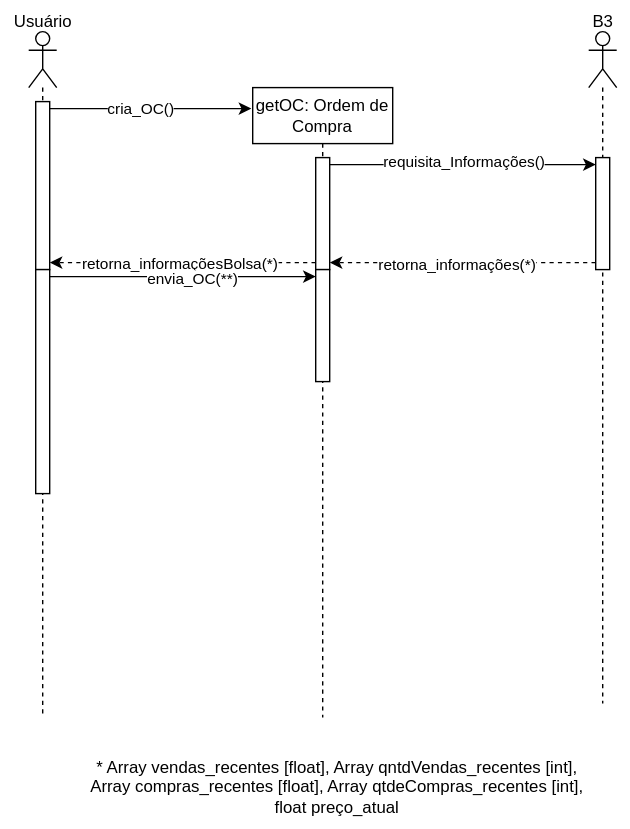
Before: Diagrama 4.drawio.svg, a diagram exported from draw.io (JesCat16/Projeto01_Modelagem_De_Software). Source tidied: cells renumbered, new cells last; positions are measured from the earlier drawing's top-left corner, leaving out a move shared by most shapes.
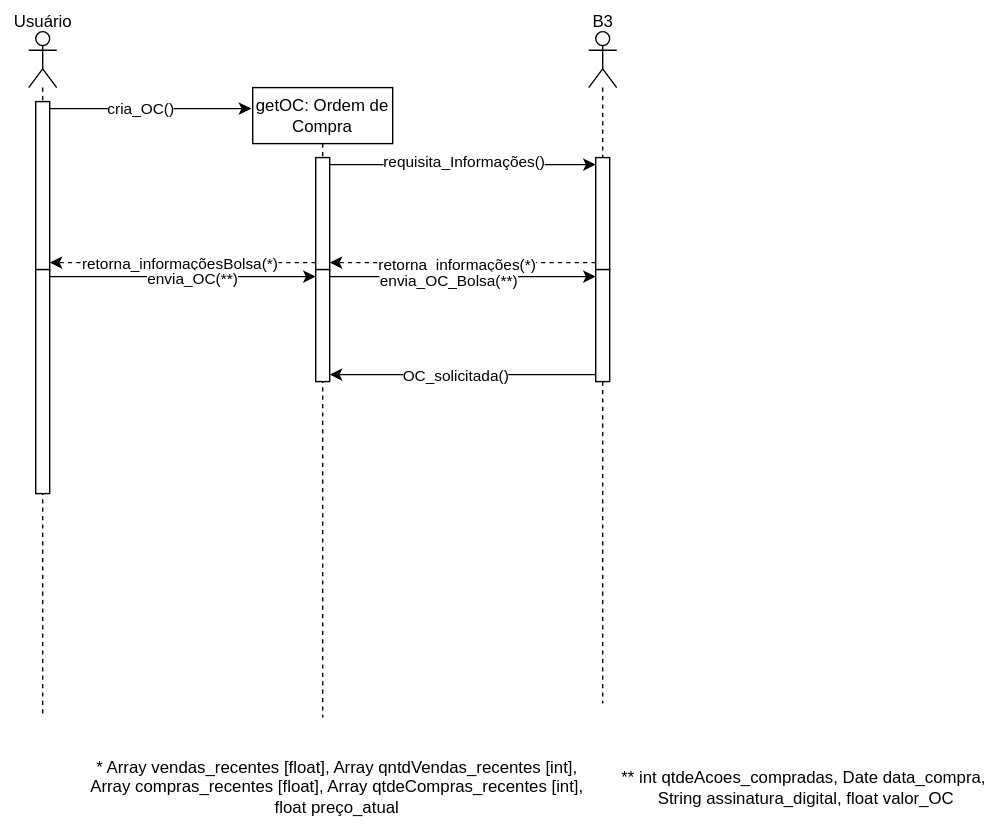
Later version of the same file.

What changed in the source:
```diff
@@ -29,6 +29,9 @@
     <mxCell id="10" style="html=1;points=[[0,0,0,0,5],[0,1,0,0,-5],[1,0,0,0,5],[1,1,0,0,-5]];perimeter=orthogonalPerimeter;outlineConnect=0;targetShapes=umlLifeline;portConstraint=eastwest;newEdgeStyle={&quot;curved&quot;:0,&quot;rounded&quot;:0};" parent="9" vertex="1">
       <mxGeometry x="5" y="90" width="10" height="80" as="geometry" />
     </mxCell>
+    <mxCell id="23" style="html=1;points=[[0,0,0,0,5],[0,1,0,0,-5],[1,0,0,0,5],[1,1,0,0,-5]];perimeter=orthogonalPerimeter;outlineConnect=0;targetShapes=umlLifeline;portConstraint=eastwest;newEdgeStyle={&quot;curved&quot;:0,&quot;rounded&quot;:0};" parent="9" vertex="1">
+      <mxGeometry x="5" y="170" width="10" height="80" as="geometry" />
+    </mxCell>
     <mxCell id="11" value="B3" style="text;html=1;align=center;verticalAlign=middle;strokeColor=none;fillColor=none;" parent="1" vertex="1">
       <mxGeometry x="410" width="40" height="30" as="geometry" />
     </mxCell>
@@ -67,5 +70,20 @@
     <mxCell id="22" value="envia_OC(**)" style="edgeLabel;html=1;align=center;verticalAlign=middle;" parent="21" vertex="1">
       <mxGeometry x="0.07" y="-2" relative="1" as="geometry" />
     </mxCell>
+    <mxCell id="24" value="** int qtdeAcoes_compradas, Date data_compra,&amp;nbsp;&lt;div&gt;String assinatura_digital, float valor_OC&lt;/div&gt;" style="text;html=1;align=center;verticalAlign=middle;strokeColor=none;fillColor=none;" parent="1" vertex="1">
+      <mxGeometry x="430" y="542" width="290" height="40" as="geometry" />
+    </mxCell>
+    <mxCell id="25" style="edgeStyle=orthogonalEdgeStyle;rounded=0;jettySize=auto;html=1;curved=0;exitX=1;exitY=0;exitDx=0;exitDy=5;exitPerimeter=0;entryX=0;entryY=0;entryDx=0;entryDy=5;entryPerimeter=0;" parent="1" edge="1" source="8" target="23">
+      <mxGeometry relative="1" as="geometry" />
+    </mxCell>
+    <mxCell id="26" value="envia_OC_Bolsa(**)" style="edgeLabel;html=1;align=center;verticalAlign=middle;" parent="25" vertex="1">
+      <mxGeometry x="-0.11" y="-3" relative="1" as="geometry" />
+    </mxCell>
+    <mxCell id="27" style="edgeStyle=orthogonalEdgeStyle;rounded=0;jettySize=auto;html=1;curved=0;exitX=0;exitY=1;exitDx=0;exitDy=-5;exitPerimeter=0;entryX=1;entryY=1;entryDx=0;entryDy=-5;entryPerimeter=0;" parent="1" edge="1" source="23" target="8">
+      <mxGeometry relative="1" as="geometry" />
+    </mxCell>
+    <mxCell id="28" value="OC_solicitada()" style="edgeLabel;html=1;align=center;verticalAlign=middle;" parent="27" vertex="1">
+      <mxGeometry x="0.05" y="1" relative="1" as="geometry" />
+    </mxCell>
   </root>
 </mxGraphModel>
```
